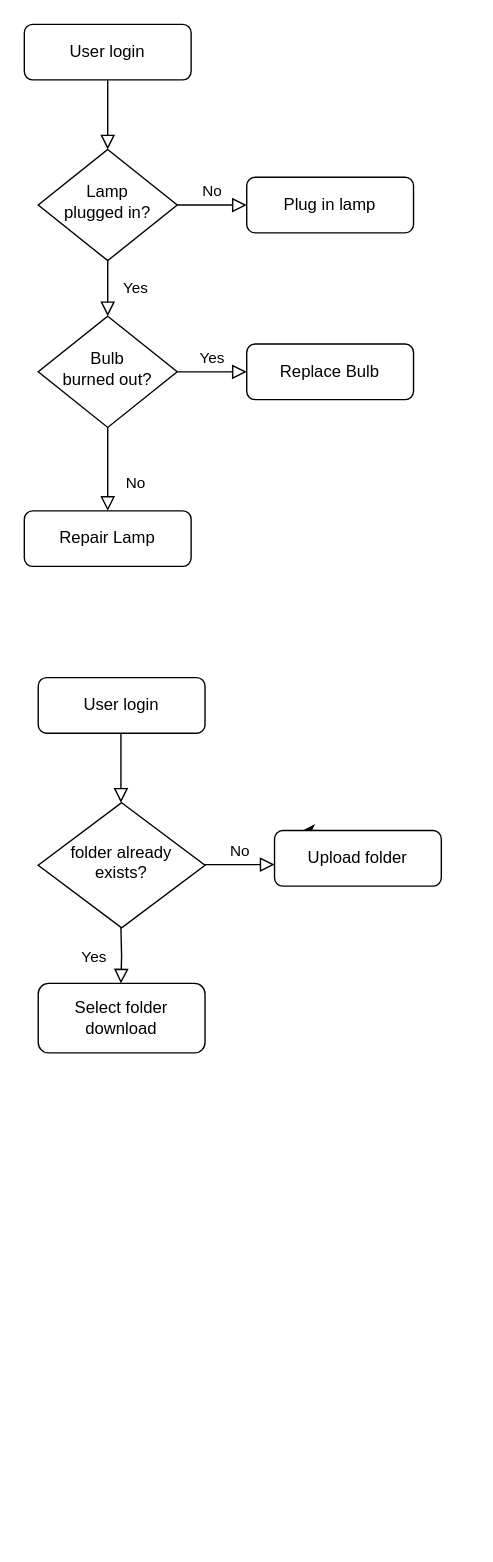
vinhngocle/RabbitMQ_Example_NET keeps this draw.io diagram as Untitled Diagram.drawio. Above is the earlier version. Source tidied: cells renumbered, new cells numbered last; positions are measured from the earlier drawing's top-left corner, leaving out a move shared by most shapes. Both pictures are drawn from the tidied source at 139%, with x=0, y=0 at pixel (24, 24).
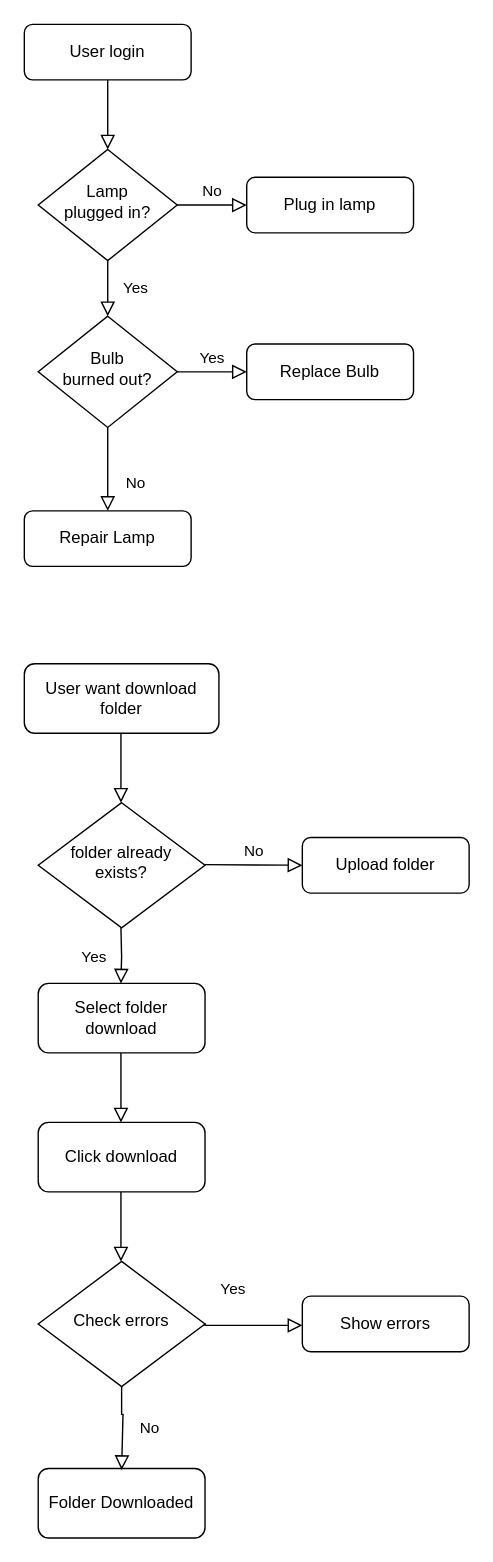
The same page after the edit.

The edit, as a diff of the source:
```diff
@@
-    <mxCell id="13" value="User login" style="rounded=1;whiteSpace=wrap;html=1;fontSize=12;glass=0;strokeWidth=1;shadow=0;" parent="1" vertex="1">
-      <mxGeometry x="10" y="470" width="120" height="40" as="geometry" />
+    <mxCell id="13" value="User want download folder" style="rounded=1;whiteSpace=wrap;html=1;fontSize=12;glass=0;strokeWidth=1;shadow=0;" parent="1" vertex="1">
+      <mxGeometry y="460" width="140" height="50" as="geometry" />
     </mxCell>
@@
-    <mxCell id="15" style="edgeStyle=orthogonalEdgeStyle;rounded=0;jettySize=auto;html=1;exitX=0.25;exitY=0;exitDx=0;exitDy=0;" parent="1" edge="1" source="16">
-      <mxGeometry relative="1" as="geometry">
-        <mxPoint x="200" y="580" as="targetPoint" />
-      </mxGeometry>
-    </mxCell>
     <mxCell id="16" value="Upload folder" style="rounded=1;whiteSpace=wrap;html=1;fontSize=12;glass=0;strokeWidth=1;shadow=0;" parent="1" vertex="1">
-      <mxGeometry x="180" y="580" width="120" height="40" as="geometry" />
+      <mxGeometry x="200" y="585" width="120" height="40" as="geometry" />
     </mxCell>
@@
-    <mxCell id="18" value="No" style="edgeStyle=orthogonalEdgeStyle;rounded=0;html=1;jettySize=auto;orthogonalLoop=1;fontSize=11;endArrow=block;endFill=0;endSize=8;strokeWidth=1;shadow=0;labelBackgroundColor=none;" parent="1" edge="1">
+    <mxCell id="18" value="No" style="edgeStyle=orthogonalEdgeStyle;rounded=0;html=1;jettySize=auto;fontSize=11;endArrow=block;endFill=0;endSize=8;strokeWidth=1;shadow=0;labelBackgroundColor=none;entryX=0;entryY=0.5;entryDx=0;entryDy=0;" parent="1" edge="1" target="16">
       <mxGeometry y="10" relative="1" as="geometry">
         <mxPoint x="130" y="604.5" as="sourcePoint" />
-        <mxPoint x="180" y="604.5" as="targetPoint" />
       </mxGeometry>
     </mxCell>
@@
+    <mxCell id="21" value="Folder Downloaded" style="rounded=1;whiteSpace=wrap;html=1;fontSize=12;glass=0;strokeWidth=1;shadow=0;" parent="1" vertex="1">
+      <mxGeometry x="10" y="1039" width="120" height="50" as="geometry" />
+    </mxCell>
+    <mxCell id="22" value="Check errors" style="rhombus;whiteSpace=wrap;html=1;shadow=0;fontFamily=Helvetica;fontSize=12;align=center;strokeWidth=1;spacing=6;spacingTop=-4;" parent="1" vertex="1">
+      <mxGeometry x="10" y="890" width="120" height="90" as="geometry" />
+    </mxCell>
+    <mxCell id="23" value="No" style="edgeStyle=orthogonalEdgeStyle;rounded=0;html=1;jettySize=auto;fontSize=11;endArrow=block;endFill=0;endSize=8;strokeWidth=1;shadow=0;labelBackgroundColor=none;exitX=0.5;exitY=1;exitDx=0;exitDy=0;" parent="1" edge="1" source="22">
+      <mxGeometry y="19" relative="1" as="geometry">
+        <mxPoint x="70" y="1040" as="targetPoint" />
+        <Array as="points">
+          <mxPoint x="70" y="1000" />
+          <mxPoint x="71" y="1000" />
+        </Array>
+      </mxGeometry>
+    </mxCell>
+    <mxCell id="24" value="Yes" style="rounded=0;html=1;jettySize=auto;orthogonalLoop=1;fontSize=11;endArrow=block;endFill=0;endSize=8;strokeWidth=1;shadow=0;labelBackgroundColor=none;edgeStyle=orthogonalEdgeStyle;" parent="1" edge="1">
+      <mxGeometry x="-0.43" y="26" relative="1" as="geometry">
+        <mxPoint x="130" y="934.5" as="sourcePoint" />
+        <mxPoint x="200" y="936" as="targetPoint" />
+        <Array as="points">
+          <mxPoint x="130" y="935.5" />
+        </Array>
+        <mxPoint x="1" as="offset" />
+      </mxGeometry>
+    </mxCell>
+    <mxCell id="25" style="rounded=0;html=1;jettySize=auto;orthogonalLoop=1;fontSize=11;endArrow=block;endFill=0;endSize=8;strokeWidth=1;shadow=0;labelBackgroundColor=none;edgeStyle=orthogonalEdgeStyle;" parent="1" edge="1">
+      <mxGeometry relative="1" as="geometry">
+        <mxPoint x="69.5" y="740" as="sourcePoint" />
+        <mxPoint x="69.5" y="790" as="targetPoint" />
+      </mxGeometry>
+    </mxCell>
+    <mxCell id="26" value="Show errors" style="rounded=1;whiteSpace=wrap;html=1;fontSize=12;glass=0;strokeWidth=1;shadow=0;" parent="1" vertex="1">
+      <mxGeometry x="200" y="915" width="120" height="40" as="geometry" />
+    </mxCell>
+    <mxCell id="27" value="Click download" style="rounded=1;whiteSpace=wrap;html=1;fontSize=12;glass=0;strokeWidth=1;shadow=0;" parent="1" vertex="1">
+      <mxGeometry x="10" y="790" width="120" height="50" as="geometry" />
+    </mxCell>
+    <mxCell id="28" style="rounded=0;html=1;jettySize=auto;orthogonalLoop=1;fontSize=11;endArrow=block;endFill=0;endSize=8;strokeWidth=1;shadow=0;labelBackgroundColor=none;edgeStyle=orthogonalEdgeStyle;" parent="1" edge="1">
+      <mxGeometry relative="1" as="geometry">
+        <mxPoint x="69.5" y="840" as="sourcePoint" />
+        <mxPoint x="69.5" y="890" as="targetPoint" />
+      </mxGeometry>
+    </mxCell>
```
